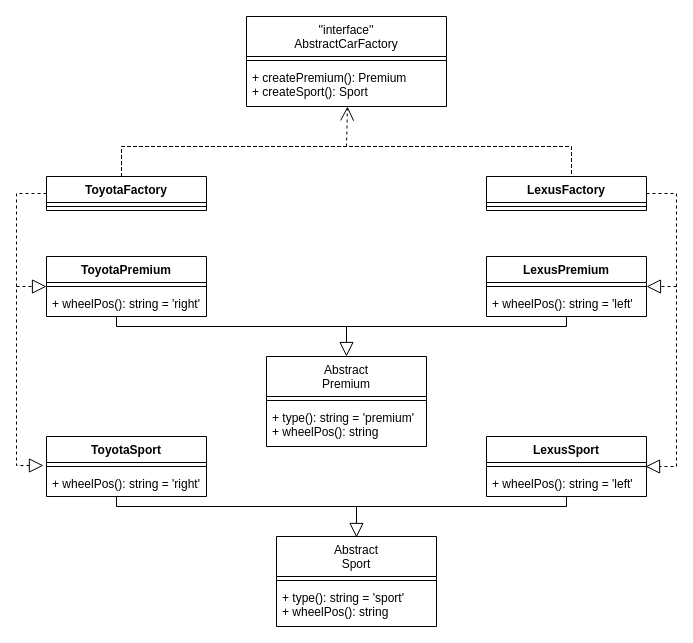
The draw.io diagram Creational/AbstractFactory/abstract.drawio in Kazantip94/Patern, before the edit. Source tidied: cells renumbered, new cells numbered last; positions are measured from the earlier drawing's top-left corner, leaving out a move shared by most shapes. Both pictures are drawn from the tidied source at 100%, with x=0, y=0 at pixel (16, 16).
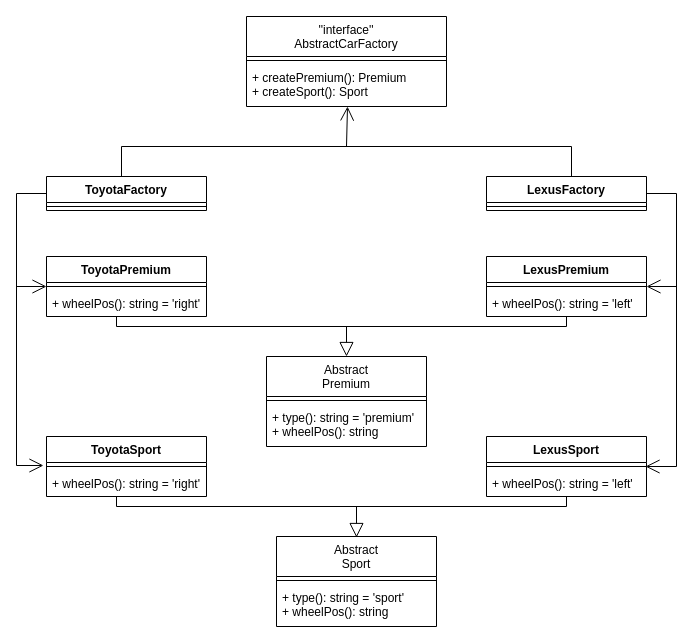
After the change.

Unchanged cells that the change refers to:
```xml
<mxCell id="6" value="ToyotaFactory" style="swimlane;fontStyle=1;align=center;verticalAlign=top;horizontal=1;startSize=26;" parent="1" vertex="1">
  <mxGeometry x="30" y="160" width="160" height="34" as="geometry" />
</mxCell>
<mxCell id="9" value="LexusFactory" style="swimlane;fontStyle=1;align=center;verticalAlign=top;horizontal=1;startSize=26;" parent="1" vertex="1">
  <mxGeometry x="470" y="160" width="160" height="34" as="geometry" />
</mxCell>
<mxCell id="11" value="ToyotaPremium" style="swimlane;fontStyle=1;align=center;verticalAlign=top;horizontal=1;startSize=26;" parent="1" vertex="1">
  <mxGeometry x="30" y="240" width="160" height="60" as="geometry" />
</mxCell>
<mxCell id="16" value="+ wheelPos(): string = 'right'" style="text;strokeColor=none;fillColor=none;align=left;verticalAlign=top;spacingLeft=4;spacingRight=4;overflow=hidden;points=[[0,0.5],[1,0.5]];portConstraint=eastwest;" parent="14" vertex="1">
  <mxGeometry y="34" width="160" height="26" as="geometry" />
</mxCell>
<mxCell id="21" style="line;strokeWidth=1;fillColor=none;align=left;verticalAlign=middle;spacingTop=-1;spacingLeft=3;spacingRight=3;labelPosition=right;points=[];portConstraint=eastwest;" parent="20" vertex="1">
  <mxGeometry y="26" width="160" height="8" as="geometry" />
</mxCell>
```

What changed in the source:
```diff
@@
-    <mxCell id="5" style="edgeStyle=orthogonalEdgeStyle;rounded=0;jettySize=auto;html=1;startArrow=none;startFill=0;endArrow=block;endFill=0;startSize=12;endSize=12;entryX=-0.019;entryY=-0.192;entryDx=0;entryDy=0;entryPerimeter=0;exitX=0;exitY=0.5;exitDx=0;exitDy=0;dashed=1;" parent="1" edge="1" source="6" target="16">
+    <mxCell id="5" style="edgeStyle=orthogonalEdgeStyle;rounded=0;jettySize=auto;html=1;startArrow=none;startFill=0;endArrow=open;endFill=0;startSize=12;endSize=12;entryX=-0.019;entryY=-0.192;entryDx=0;entryDy=0;entryPerimeter=0;exitX=0;exitY=0.5;exitDx=0;exitDy=0;" parent="1" edge="1" source="6" target="16">
       <mxGeometry relative="1" as="geometry">
         <Array as="points">
           <mxPoint y="177" />
           <mxPoint y="449" />
         </Array>
       </mxGeometry>
     </mxCell>
@@
-    <mxCell id="8" style="edgeStyle=orthogonalEdgeStyle;rounded=0;jettySize=auto;html=1;dashed=1;startArrow=none;startFill=0;endArrow=block;endFill=0;startSize=12;endSize=12;entryX=0.994;entryY=0.5;entryDx=0;entryDy=0;entryPerimeter=0;" parent="1" edge="1" source="9" target="21">
+    <mxCell id="8" style="edgeStyle=orthogonalEdgeStyle;rounded=0;jettySize=auto;html=1;startArrow=none;startFill=0;endArrow=open;endFill=0;startSize=12;endSize=12;entryX=0.994;entryY=0.5;entryDx=0;entryDy=0;entryPerimeter=0;" parent="1" edge="1" source="9" target="21">
       <mxGeometry relative="1" as="geometry">
         <Array as="points">
           <mxPoint x="660" y="177" />
           <mxPoint x="660" y="450" />
         </Array>
       </mxGeometry>
     </mxCell>
@@
-    <mxCell id="33" style="html=1;verticalAlign=bottom;startArrow=none;startFill=0;endArrow=block;startSize=8;entryX=0;entryY=0.5;entryDx=0;entryDy=0;endFill=0;endSize=12;dashed=1;" parent="1" edge="1" target="11">
+    <mxCell id="33" style="html=1;verticalAlign=bottom;startArrow=none;startFill=0;endArrow=open;startSize=8;entryX=0;entryY=0.5;entryDx=0;entryDy=0;endFill=0;endSize=12;" parent="1" edge="1" target="11">
       <mxGeometry x="-0.73" y="17" relative="1" as="geometry">
         <mxPoint y="270" as="sourcePoint" />
       </mxGeometry>
     </mxCell>
-    <mxCell id="34" style="html=1;verticalAlign=bottom;startArrow=none;startFill=0;endArrow=block;startSize=8;endFill=0;endSize=12;dashed=1;" parent="1" edge="1">
+    <mxCell id="34" style="html=1;verticalAlign=bottom;startArrow=none;startFill=0;endArrow=open;startSize=8;endFill=0;endSize=12;" parent="1" edge="1">
       <mxGeometry x="-0.73" y="17" relative="1" as="geometry">
         <mxPoint x="660" y="270" as="sourcePoint" />
         <mxPoint x="630" y="270" as="targetPoint" />
       </mxGeometry>
     </mxCell>
-    <mxCell id="35" style="shape=partialRectangle;whiteSpace=wrap;html=1;bottom=1;right=1;left=1;top=0;fillColor=none;routingCenterX=-0.5;direction=west;dashed=1;" parent="1" vertex="1">
+    <mxCell id="35" style="shape=partialRectangle;whiteSpace=wrap;html=1;bottom=1;right=1;left=1;top=0;fillColor=none;routingCenterX=-0.5;direction=west;" parent="1" vertex="1">
       <mxGeometry x="105" y="130" width="450" height="30" as="geometry" />
     </mxCell>
-    <mxCell id="36" style="html=1;verticalAlign=bottom;startArrow=none;startFill=0;endArrow=open;startSize=8;endFill=0;endSize=12;exitX=0.5;exitY=1;exitDx=0;exitDy=0;dashed=1;" parent="1" edge="1" source="35">
+    <mxCell id="36" style="html=1;verticalAlign=bottom;startArrow=none;startFill=0;endArrow=open;startSize=8;endFill=0;endSize=12;exitX=0.5;exitY=1;exitDx=0;exitDy=0;" parent="1" edge="1" source="35">
       <mxGeometry x="-0.73" y="17" relative="1" as="geometry">
         <mxPoint x="331" y="90" as="targetPoint" />
       </mxGeometry>
     </mxCell>
```
